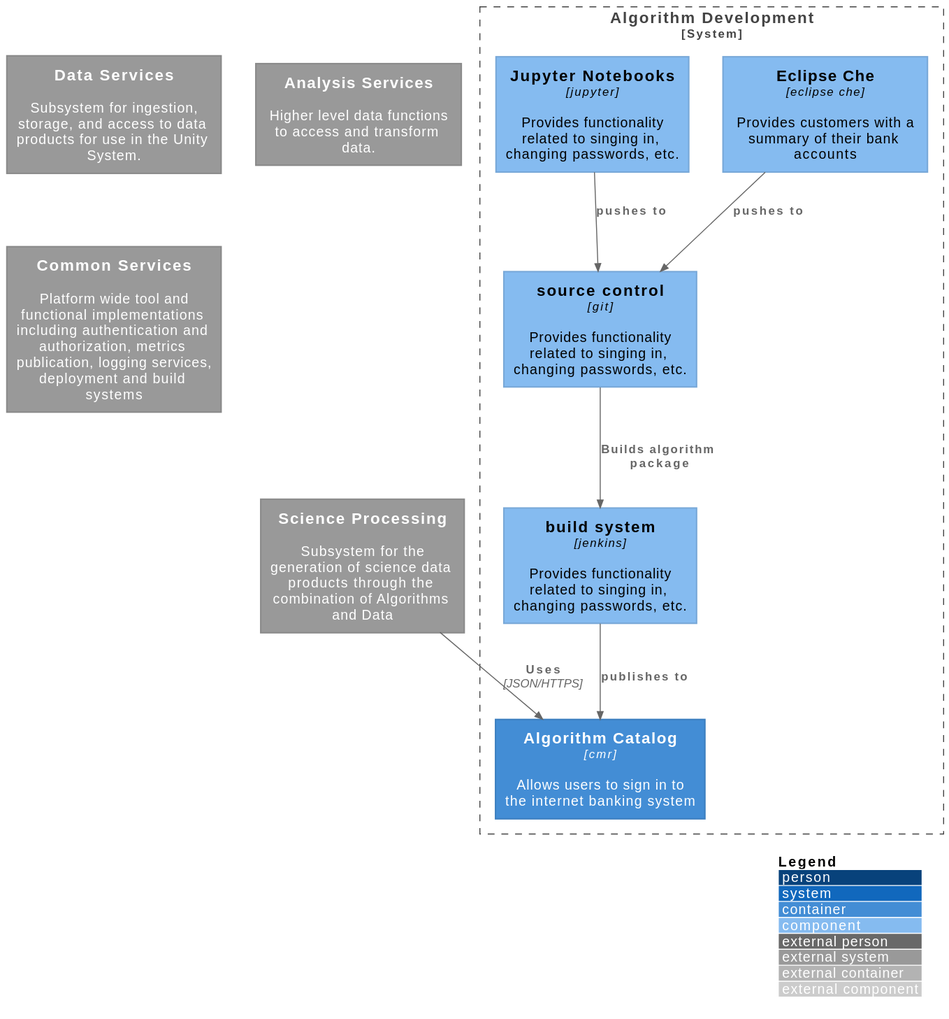
This is docs/1. Unity Architecture/Algorithm Development/system.svg from unity-sds/unity-architecture, a PlantUML export, as it was before one commit. Source of this version:
```plantuml
@startuml
!include https://raw.githubusercontent.com/adrianvlupu/C4-PlantUML/latest/C4_Component.puml

!global $USC_DESC = "Platform wide tool and functional implementations including authentication and authorization, metrics publication, logging services, deployment and build systems"
!global $AS_DESC = "Higher level data functions to access and transform data."
!global $ADS_DESC = "Subsystem for developing and assembling science algorithms into an algorithm catalog"
!global $SPS_DESC = "Subsystem for the generation of science data products through the combination of Algorithms and Data"
!global $DS_DESC = "Subsystem for ingestion, storage, and access to data products for use in the Unity System."

LAYOUT_WITH_LEGEND()

System_Ext(sps, "Science Processing", $SPS_DESC)
System_Ext(ds, "Data Services", $DS_DESC)
System_Ext(as, "Analysis Services", $AS_DESC)
System_Ext(cs, "Common Services", $USC_DESC)


System_Boundary(ADS, "Algorithm Development") {
    Container(ac, "Algorithm Catalog", "cmr", "Allows users to sign in to the internet banking system")
    Component(ec, "Eclipse Che", "eclipse che", "Provides customers with a summary of their bank accounts")
    Component(jn, "Jupyter Notebooks", "jupyter", "Provides functionality related to singing in, changing passwords, etc.")
    Component(cicd, "build system", "jenkins", "Provides functionality related to singing in, changing passwords, etc.")
    Component(git, "source control", "git", "Provides functionality related to singing in, changing passwords, etc.")

    Rel(ec, git, "pushes to")
    Rel(jn, git, "pushes to")
    Rel(git, cicd, "Builds algorithm package")
    Rel(cicd, ac, "publishes to")
}

Rel(sps, ac, "Uses", "JSON/HTTPS")

@enduml
```
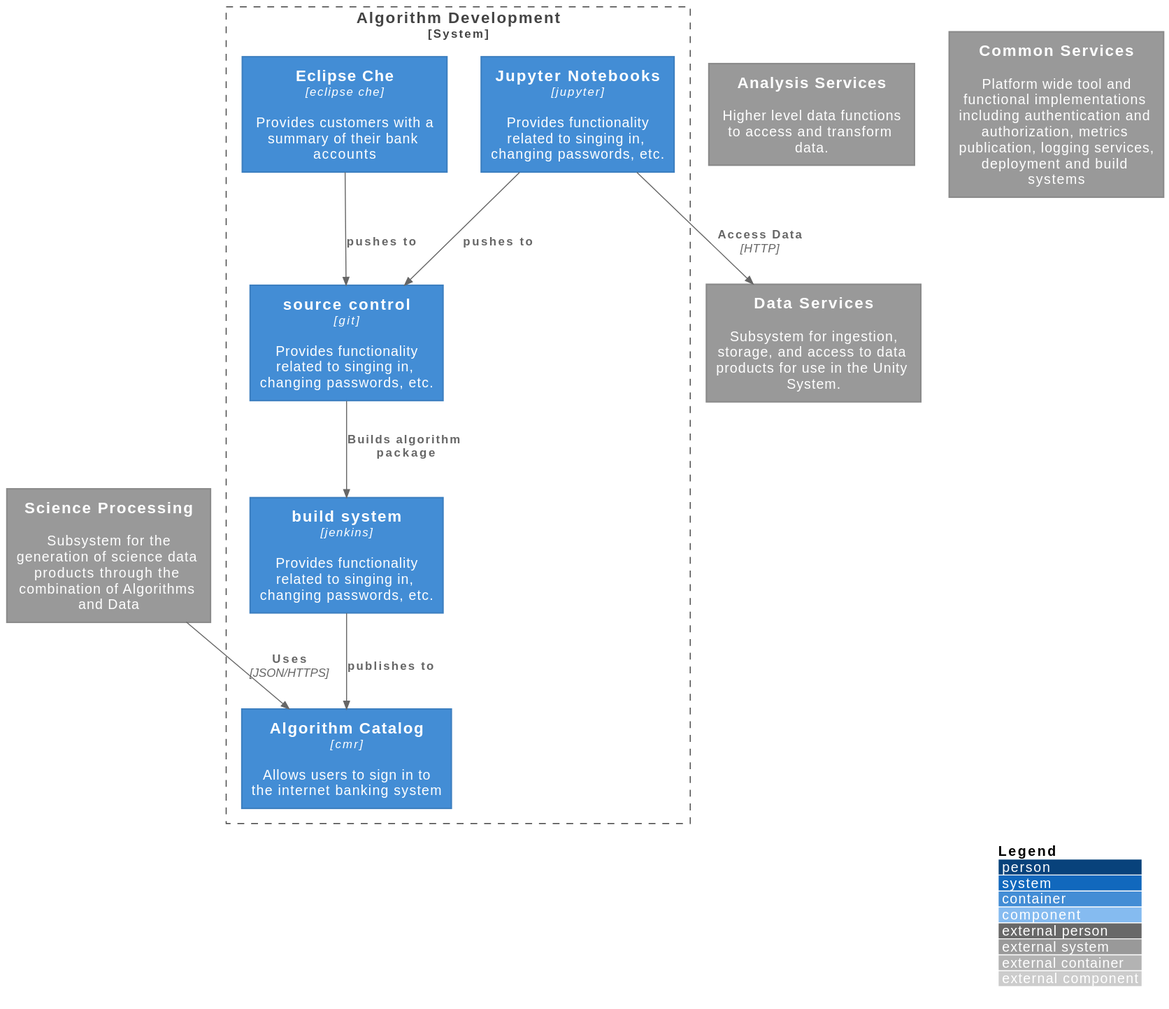
The same file after the commit.

The edit, as a diff of the source:
```diff
@@ -17,10 +17,10 @@
 
 System_Boundary(ADS, "Algorithm Development") {
     Container(ac, "Algorithm Catalog", "cmr", "Allows users to sign in to the internet banking system")
-    Component(ec, "Eclipse Che", "eclipse che", "Provides customers with a summary of their bank accounts")
-    Component(jn, "Jupyter Notebooks", "jupyter", "Provides functionality related to singing in, changing passwords, etc.")
-    Component(cicd, "build system", "jenkins", "Provides functionality related to singing in, changing passwords, etc.")
-    Component(git, "source control", "git", "Provides functionality related to singing in, changing passwords, etc.")
+    Container(ec, "Eclipse Che", "eclipse che", "Provides customers with a summary of their bank accounts")
+    Container(jn, "Jupyter Notebooks", "jupyter", "Provides functionality related to singing in, changing passwords, etc.")
+    Container(cicd, "build system", "jenkins", "Provides functionality related to singing in, changing passwords, etc.")
+    Container(git, "source control", "git", "Provides functionality related to singing in, changing passwords, etc.")
 
     Rel(ec, git, "pushes to")
     Rel(jn, git, "pushes to")
@@ -28,6 +28,7 @@
     Rel(cicd, ac, "publishes to")
 }
 
+Rel(jn, ds, "Access Data", "HTTP")
 Rel(sps, ac, "Uses", "JSON/HTTPS")
 
 @enduml
```
